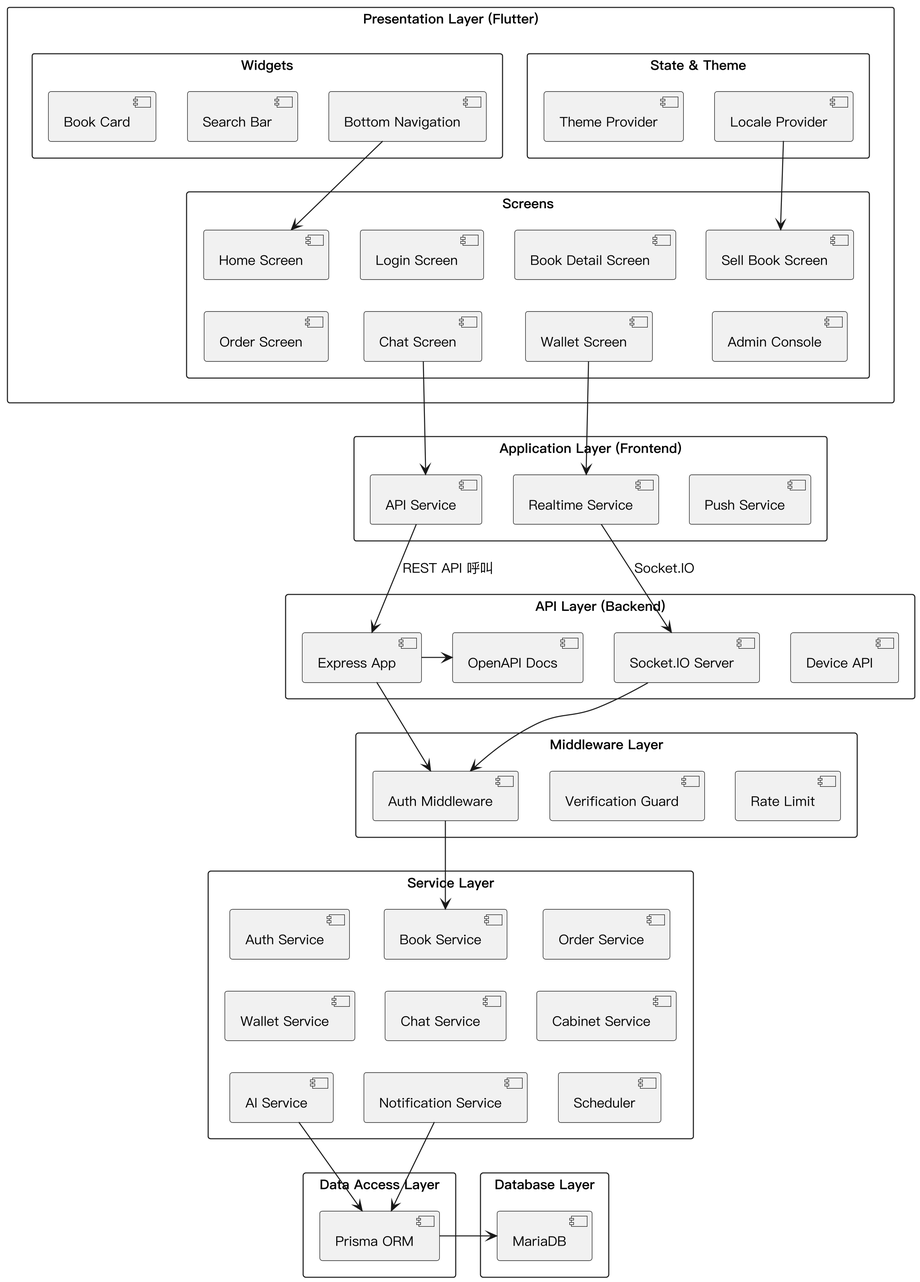
SaveMyBook/SaveMyBook keeps this PlantUML diagram as Diagrams/Package Diagram/v3/package.png. Above is the earlier version.
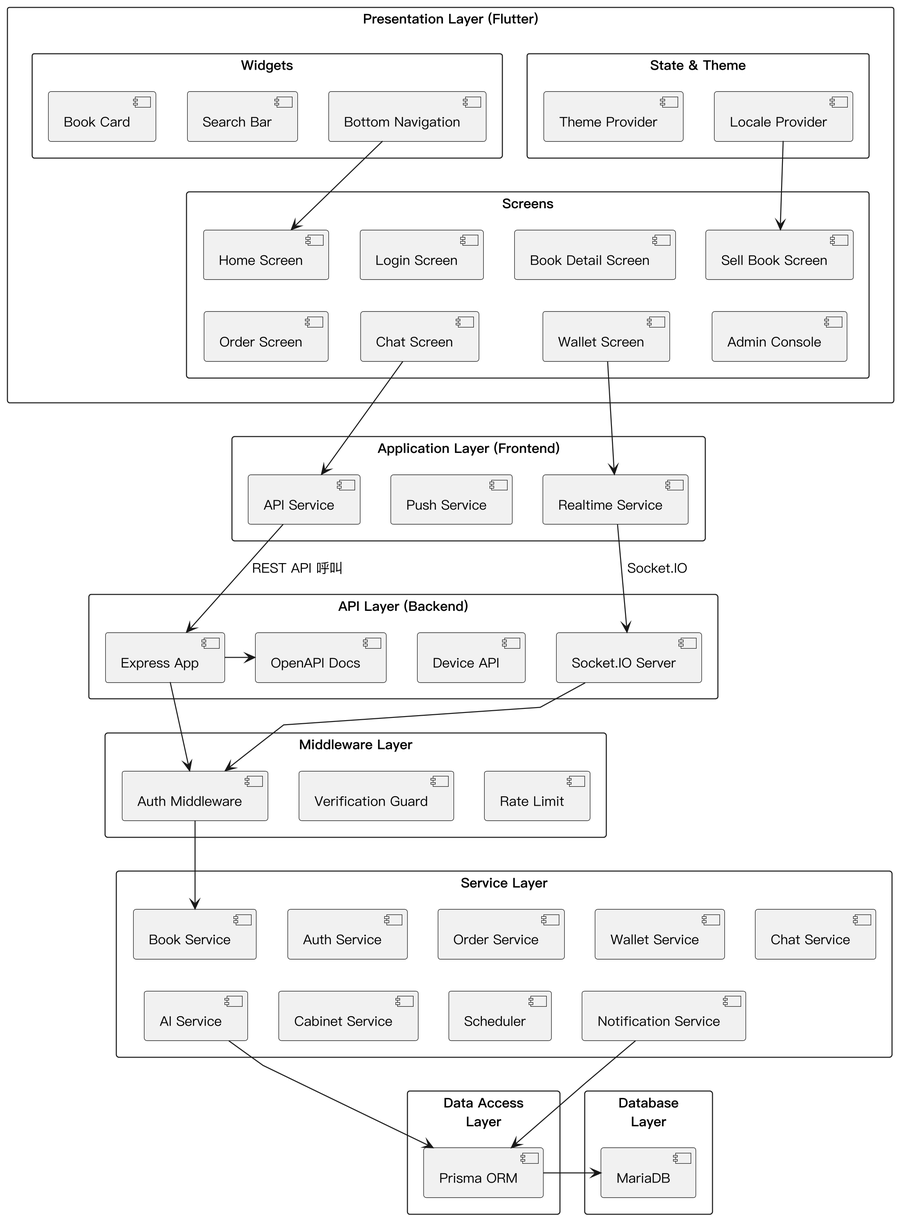
After the change.

The edit, as a diff of the source:
```diff
@@ -7,6 +7,7 @@
 skinparam packageStyle rectangle
 skinparam nodesep 30
 skinparam ranksep 30
+skinparam linetype polyline
 
 package "Presentation Layer (Flutter)" as PL {
   package "Widgets" as W {
@@ -32,15 +33,15 @@
 
 package "Application Layer (Frontend)" as AL {
   component "API Service" as apisvc
+  component "Push Service" as pushsvc
   component "Realtime Service" as rtsvc
-  component "Push Service" as pushsvc
 }
 
 package "API Layer (Backend)" as BL {
   component "Express App" as express
-  component "Socket.IO Server" as sio
   component "OpenAPI Docs" as docs
   component "Device API" as devapi
+  component "Socket.IO Server" as sio
 }
 
 package "Middleware Layer" as ML {
@@ -50,22 +51,22 @@
 }
 
 package "Service Layer" as SL {
+  component "Book Service" as a2
   component "Auth Service" as a1
-  component "Book Service" as a2
   component "Order Service" as a3
   component "Wallet Service" as a4
   component "Chat Service" as a5
+  component "AI Service" as a7
   component "Cabinet Service" as a6
-  component "AI Service" as a7
+  component "Scheduler" as a9
   component "Notification Service" as a8
-  component "Scheduler" as a9
 }
 
-package "Data Access Layer" as DL {
+package "Data Access\nLayer" as DL {
   component "Prisma ORM" as prisma
 }
 
-package "Database Layer" as DB {
+package "Database\nLayer" as DB {
   component "MariaDB" as maria
 }
 
@@ -80,23 +81,29 @@
 t2 --> s4
 s6 --> apisvc
 s7 --> rtsvc
-apisvc -[hidden]right- rtsvc
-rtsvc -[hidden]right- pushsvc
+apisvc -[hidden]right- pushsvc
+pushsvc -[hidden]right- rtsvc
 apisvc --> express : REST API 呼叫
-rtsvc --> sio : Socket.IO
+rtsvc --> sio : <U+00A0>Socket.IO
 express -right-> docs
-sio -[hidden]right- devapi
+docs -[hidden]right- devapi
+devapi -[hidden]right- sio
 express --> mauth
 sio --> mauth
 mauth -[hidden]right- mver
 mver -[hidden]right- mrate
 mauth --> a2
-a1 -[hidden]- a4
-a2 -[hidden]- a5
-a3 -[hidden]- a6
-a4 -[hidden]- a7
+a2 -[hidden]right- a1
+a1 -[hidden]right- a3
+a3 -[hidden]right- a4
+a4 -[hidden]right- a5
+a2 -[hidden]- a7
+a1 -[hidden]- a6
+a3 -[hidden]- a9
 a5 -[hidden]- a8
-a6 -[hidden]- a9
+a7 -[hidden]right- a6
+a6 -[hidden]right- a9
+a9 -[hidden]right- a8
 a7 --> prisma
 a8 --> prisma
 prisma -right-> maria
```
